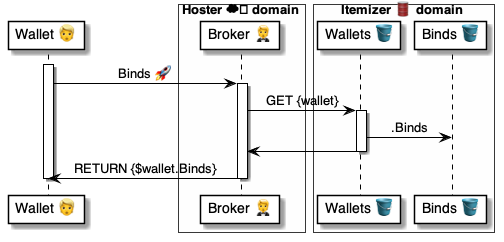
The PlantUML diagram 4 ⚙️ Solution/20 🧑‍🦰 UI/Brokers 🤵/🤵🅰️ Broker methods/Binds 🔗 Binds 🧑‍🦰🚀🤵/🤵 Binds ⚙️ uml.png in pollyweb-org/pollyweb-docs, before a commit. Its source is kept beside it as 4 ⚙️ Solution/20 🧑‍🦰 UI/Brokers 🤵/🤵🅰️ Broker methods/Binds 🔗 Binds 🧑‍🦰🚀🤵/🤵 Binds ⚙️ uml.puml.
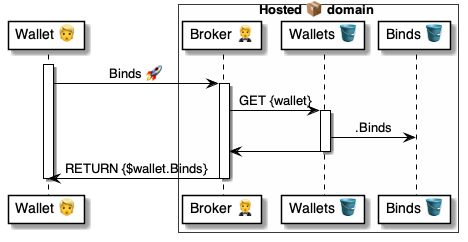
After the change.

Change to the diagram source:
```diff
@@ -3,10 +3,8 @@
 
 participant "Wallet 👱" as wallet
 
-box Hoster ☁️ domain #FFFFFA
+box Hosted 📦 domain #FFFFFA
     participant "Broker 🤵" as broker
-end box
-box Itemizer 🛢 domain #FFFFFA
     participant "Wallets 🪣" as wallets
     participant "Binds 🪣" as binds
 end box
```
